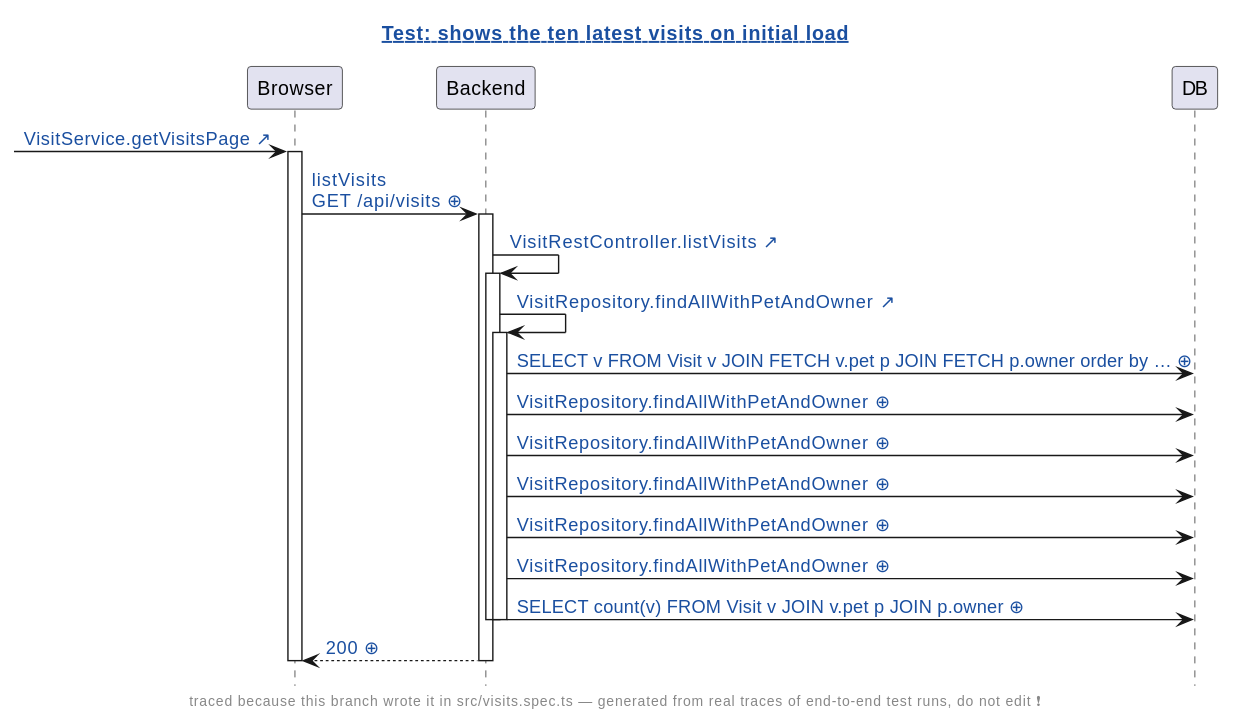
This is demo/demo2/assets/diagrams/petclinic-test_generated_visits.spec.ts.shows-the-ten-latest-visits-on-initial-load.genseq.new.svg from victorrentea/human-review, a PlantUML export, as it was before one commit.
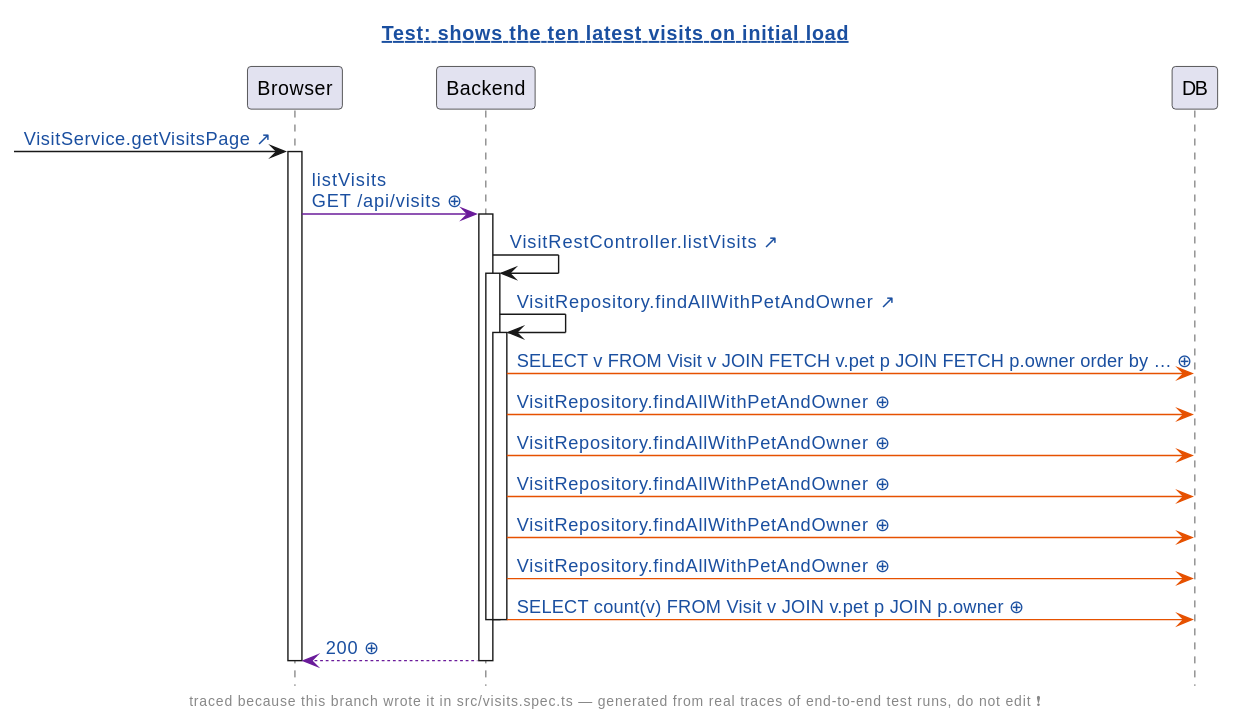
After the change.

What changed in the source:
```diff
@@ -11,22 +11,22 @@
 participant DB
 [-> Browser: [[src://petclinic-frontend/src/app/visits/visits-page/visits-page.component.ts:50{Click to open the line that sent this request: visits-page.component.ts:50} VisitService.getVisitsPage ↗]]
 activate Browser
-Browser -> Backend: [[genseq://09jss6p{Click for the request as it was sent} listVisits\nGET /api/visits ⊕]]
+Browser -[#6A1B9A]> Backend: [[genseq://09jss6p{Click for the request as it was sent} listVisits\nGET /api/visits ⊕]]
 activate Backend
 Backend -> Backend: [[src://petclinic-backend/src/main/java/victor/training/petclinic/rest/VisitRestController.java:54{Click to open VisitRestController.listVisits} VisitRestController.listVisits ↗]]
 activate Backend
 Backend -> Backend: [[src://petclinic-backend/src/main/java/victor/training/petclinic/repository/VisitRepository.java:22{Click to open VisitRepository.findAllWithPetAndOwner} VisitRepository.findAllWithPetAndOwner ↗]]
 activate Backend
-Backend -> DB: [[genseq://114roce{Click for the statement behind this call} SELECT v FROM Visit v JOIN FETCH v.pet p JOIN FETCH p.owner order by … ⊕]]
-Backend -> DB: [[genseq://070fg5f{Click for the statement behind this call} VisitRepository.findAllWithPetAndOwner ⊕]]
-Backend -> DB: [[genseq://0xm9qzg{Click for the statement behind this call} VisitRepository.findAllWithPetAndOwner ⊕]]
-Backend -> DB: [[genseq://1heb9yw{Click for the statement behind this call} VisitRepository.findAllWithPetAndOwner ⊕]]
-Backend -> DB: [[genseq://094wceq{Click for the statement behind this call} VisitRepository.findAllWithPetAndOwner ⊕]]
-Backend -> DB: [[genseq://0cvbten{Click for the statement behind this call} VisitRepository.findAllWithPetAndOwner ⊕]]
-Backend -> DB: [[genseq://0gohwr7{Click for the statement behind this call} SELECT count(v) FROM Visit v JOIN v.pet p JOIN p.owner ⊕]]
+Backend -[#E65100]> DB: [[genseq://114roce{Click for the statement behind this call} SELECT v FROM Visit v JOIN FETCH v.pet p JOIN FETCH p.owner order by … ⊕]]
+Backend -[#E65100]> DB: [[genseq://070fg5f{Click for the statement behind this call} VisitRepository.findAllWithPetAndOwner ⊕]]
+Backend -[#E65100]> DB: [[genseq://0xm9qzg{Click for the statement behind this call} VisitRepository.findAllWithPetAndOwner ⊕]]
+Backend -[#E65100]> DB: [[genseq://1heb9yw{Click for the statement behind this call} VisitRepository.findAllWithPetAndOwner ⊕]]
+Backend -[#E65100]> DB: [[genseq://094wceq{Click for the statement behind this call} VisitRepository.findAllWithPetAndOwner ⊕]]
+Backend -[#E65100]> DB: [[genseq://0cvbten{Click for the statement behind this call} VisitRepository.findAllWithPetAndOwner ⊕]]
+Backend -[#E65100]> DB: [[genseq://0gohwr7{Click for the statement behind this call} SELECT count(v) FROM Visit v JOIN v.pet p JOIN p.owner ⊕]]
 deactivate Backend
 deactivate Backend
-Backend --> Browser: [[genseq://1gl89nl{Click for this call’s JSON body} 200 ⊕]]
+Backend -[#6A1B9A]-> Browser: [[genseq://1gl89nl{Click for this call’s JSON body} 200 ⊕]]
 deactivate Backend
 deactivate Browser
 @enduml
```
